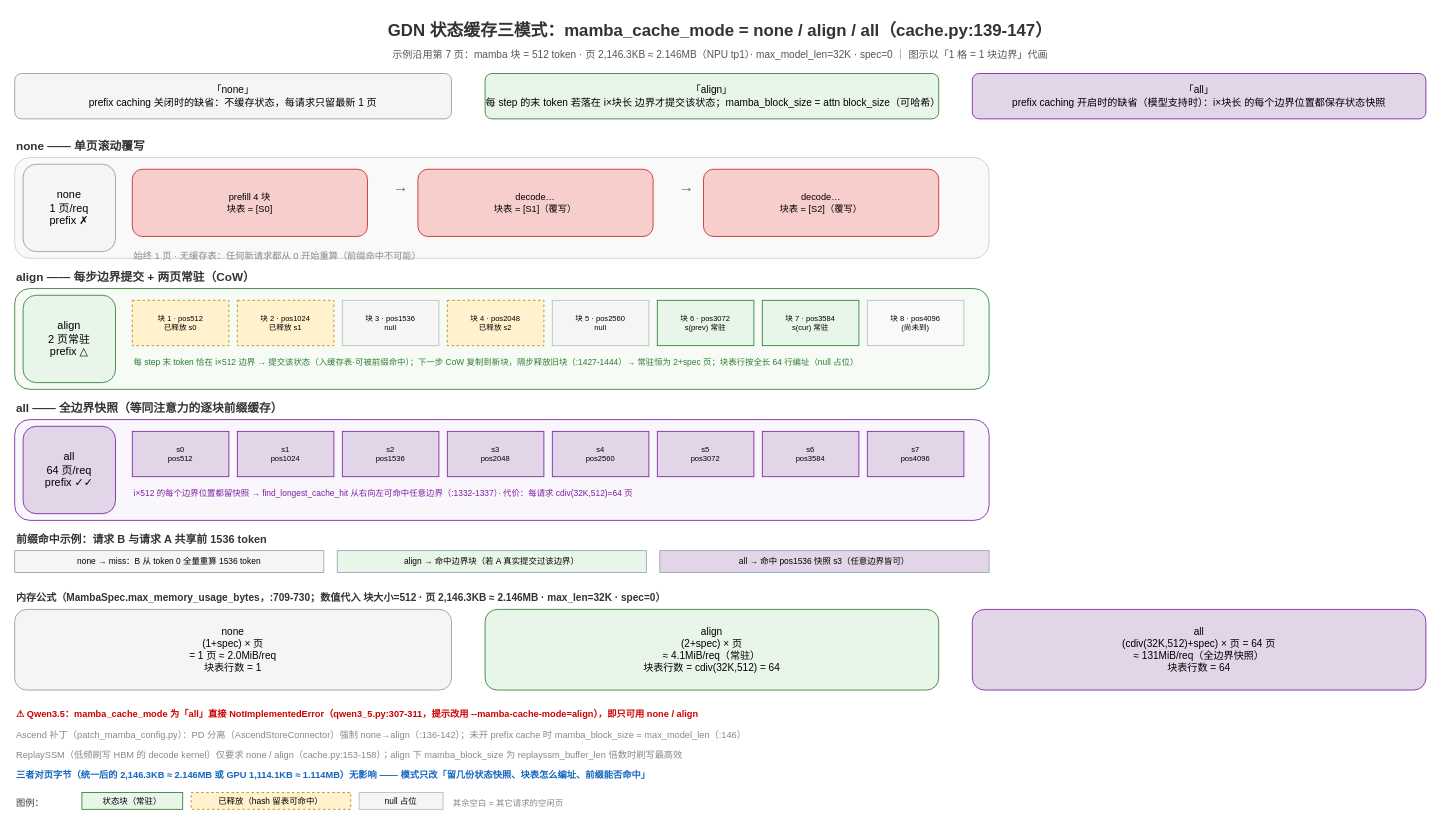
Earlier version of the draw.io diagram page "8-GDN·mamba_cache_mode三模式" (8 of 8) of vllm/v1/core/kvcache_draw/kv_cache_tensor_layouts_all.drawio (GoCHug/vllm). Source tidied: cells renumbered, new cells numbered last; positions are measured from the earlier drawing's top-left corner, leaving out a move shared by most shapes. Both pictures are drawn from the tidied source at 84%, with x=0, y=0 at pixel (14, 14).
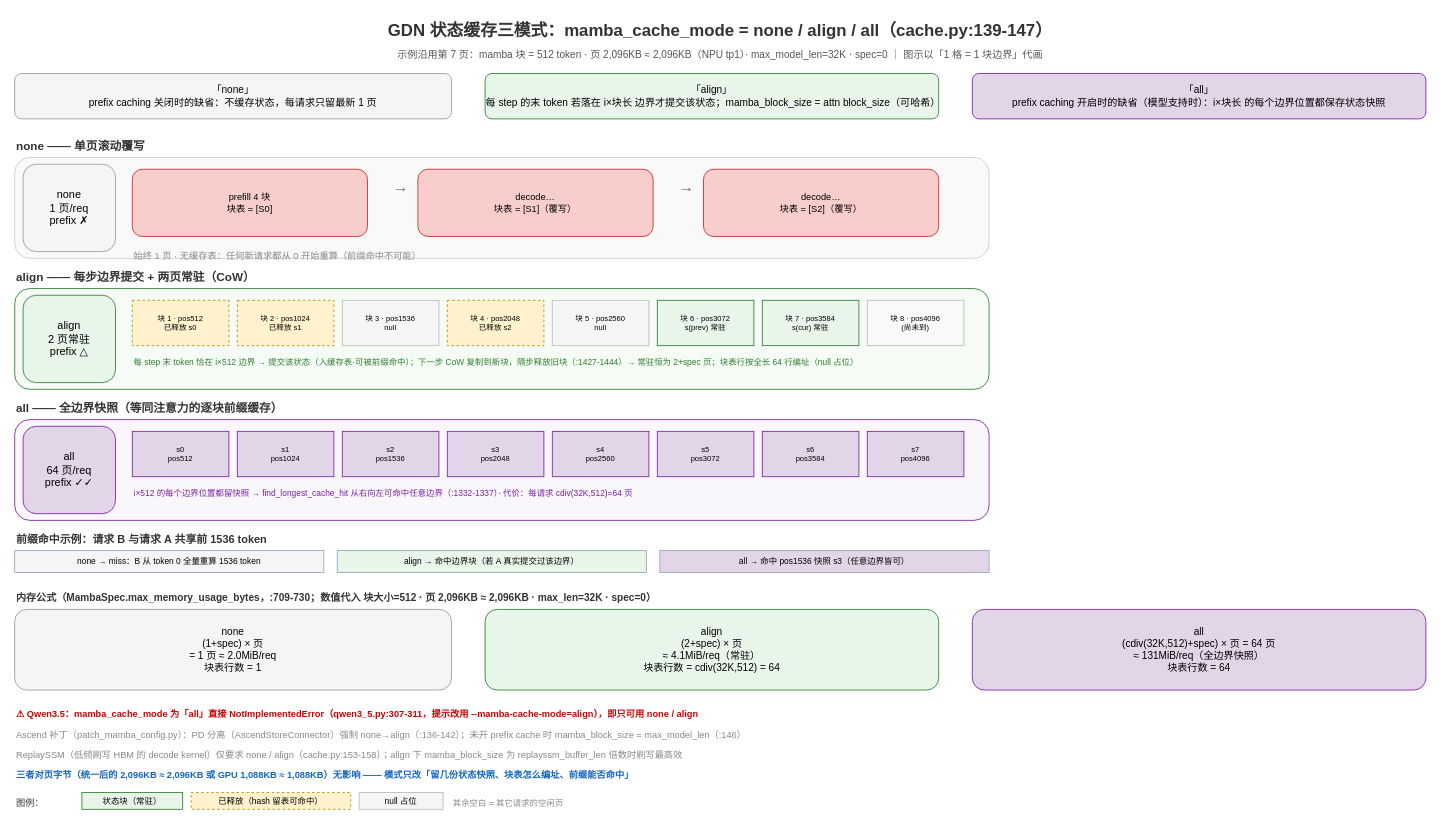
The same diagram, later.

Change to the diagram source:
```diff
@@
-    <mxCell id="3" value="示例沿用第 7 页：mamba 块 = 512 token · 页 2,146.3KB ≈ 2.146MB（NPU tp1）· max_model_len=32K · spec=0 ｜ 图示以「1 格 = 1 块边界」代画" style="text;html=1;fontSize=12;fontColor=#555555;align=center;whiteSpace=wrap;html=1;" parent="1" vertex="1">
+    <mxCell id="3" value="示例沿用第 7 页：mamba 块 = 512 token · 页 2,096KB ≈ 2,096KB（NPU tp1）· max_model_len=32K · spec=0 ｜ 图示以「1 格 = 1 块边界」代画" style="text;html=1;fontSize=12;fontColor=#555555;align=center;whiteSpace=wrap;html=1;" parent="1" vertex="1">
       <mxGeometry x="40" y="34" width="1600" height="22" as="geometry" />
     </mxCell>
@@
-    <mxCell id="44" value="内存公式（MambaSpec.max_memory_usage_bytes，:709-730；数值代入 块大小=512 · 页 2,146.3KB ≈ 2.146MB · max_len=32K · spec=0）" style="text;html=1;fontSize=12;fontStyle=1;fontColor=#333333;align=left;whiteSpace=wrap;html=1;" parent="1" vertex="1">
+    <mxCell id="44" value="内存公式（MambaSpec.max_memory_usage_bytes，:709-730；数值代入 块大小=512 · 页 2,096KB ≈ 2,096KB · max_len=32K · spec=0）" style="text;html=1;fontSize=12;fontStyle=1;fontColor=#333333;align=left;whiteSpace=wrap;html=1;" parent="1" vertex="1">
       <mxGeometry y="680" width="1160" height="24" as="geometry" />
     </mxCell>
@@
-    <mxCell id="51" value="三者对页字节（统一后的 2,146.3KB ≈ 2.146MB 或 GPU 1,114.1KB ≈ 1.114MB）无影响 —— 模式只改「留几份状态快照、块表怎么编址、前缀能否命中」" style="text;html=1;fontSize=11;fontColor=#1565c0;align=left;whiteSpace=wrap;html=1;fontStyle=1;" parent="1" vertex="1">
+    <mxCell id="51" value="三者对页字节（统一后的 2,096KB ≈ 2,096KB 或 GPU 1,088KB ≈ 1,088KB）无影响 —— 模式只改「留几份状态快照、块表怎么编址、前缀能否命中」" style="text;html=1;fontSize=11;fontColor=#1565c0;align=left;whiteSpace=wrap;html=1;fontStyle=1;" parent="1" vertex="1">
       <mxGeometry y="892" width="1160" height="20" as="geometry" />
     </mxCell>
```
